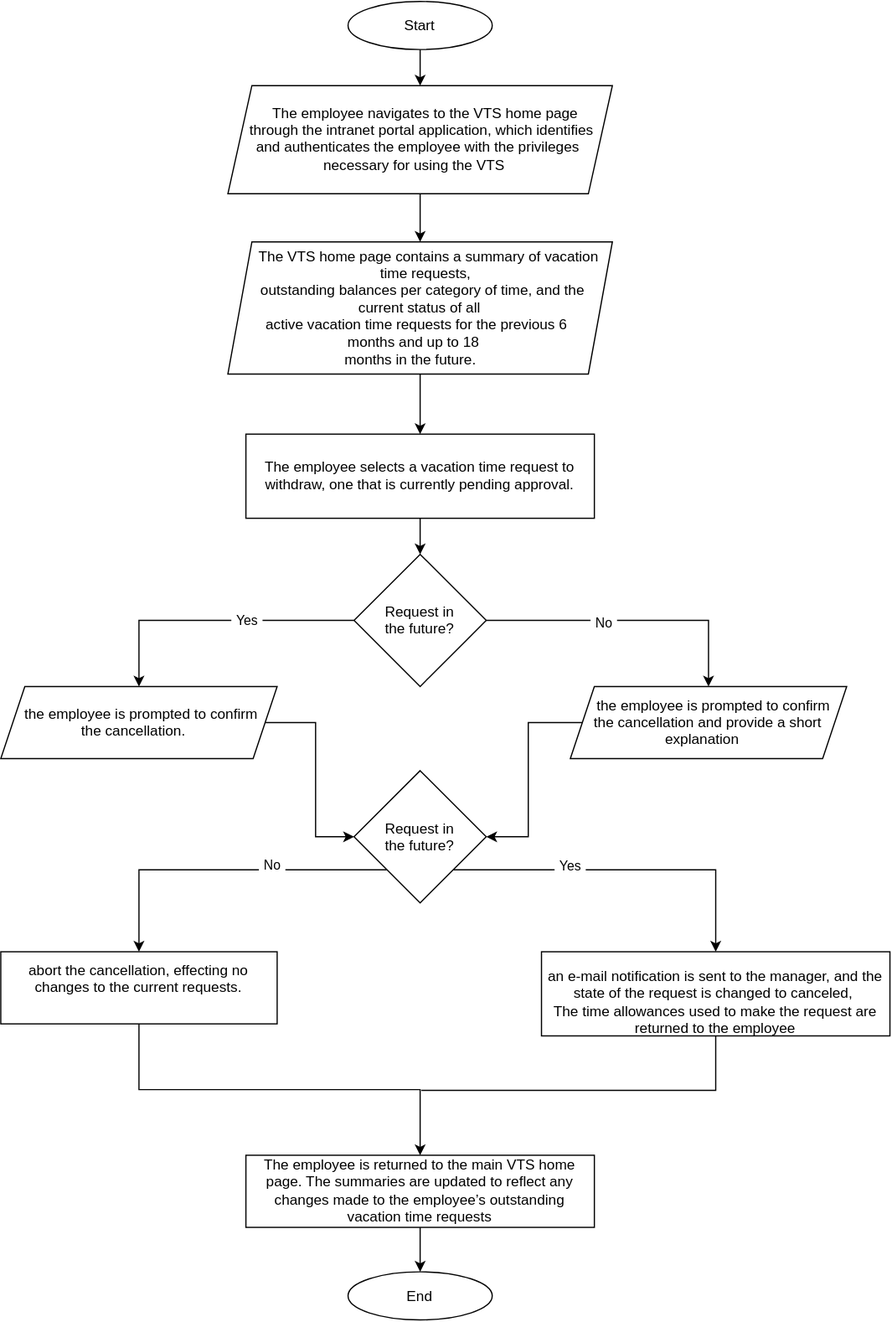
Above: VTS/flow charts/CancelApprovedRequest-AlternateFlow.drawio.svg in ahmedynah/vts (draw.io), before the change. Source tidied: cells renumbered, new cells last; positions are measured from the earlier drawing's top-left corner, leaving out a move shared by most shapes.
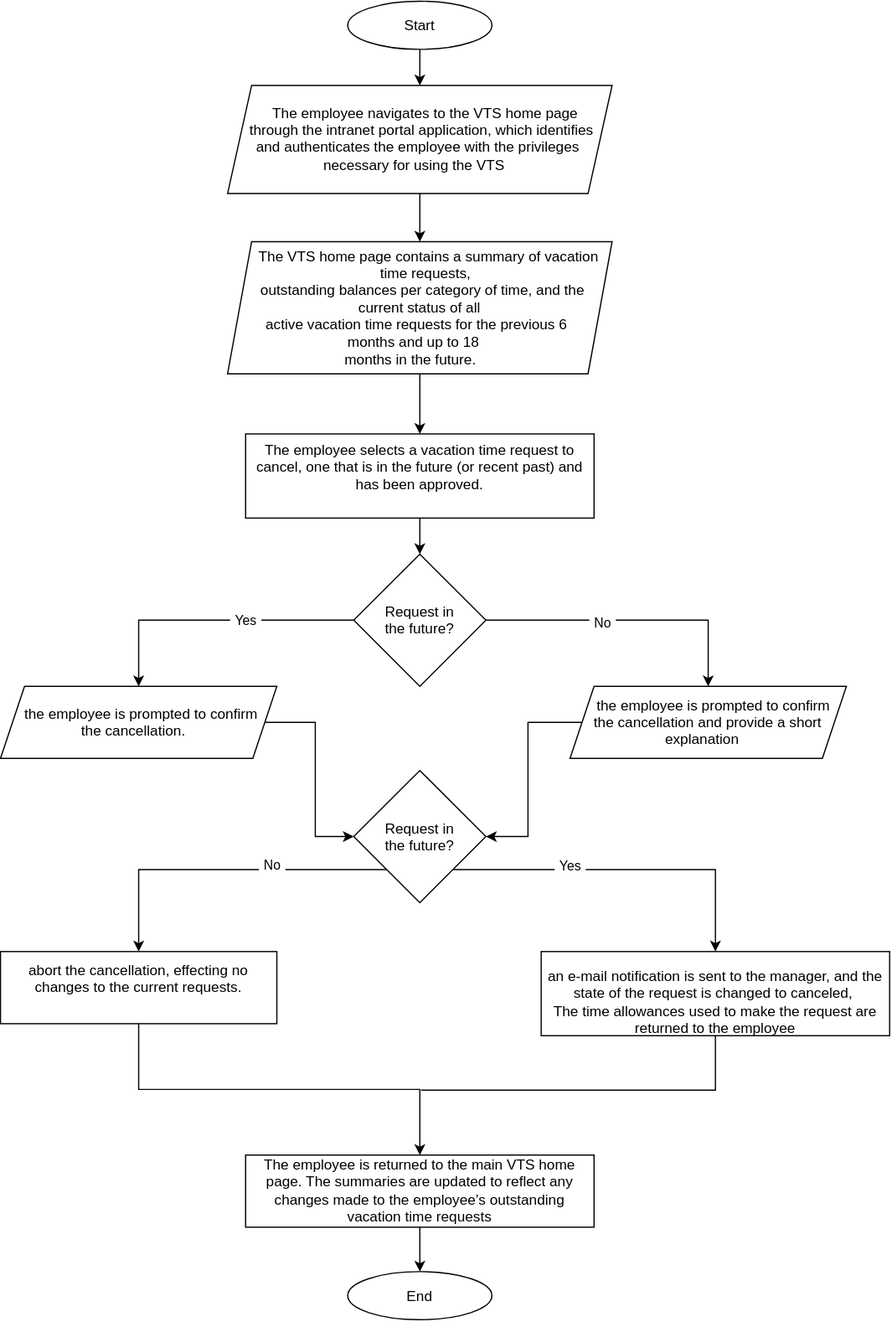
Above is the later version.

Commit message:
- added system UI snapshots for employee and manager

The edit, as a diff of the source:
```diff
@@ -20,7 +20,7 @@
     <mxCell id="7" value="&lt;div&gt;&lt;div&gt;The VTS home page contains a summary of vacation time requests,&lt;/div&gt;&lt;div&gt;outstanding balances per category of time, and the current status of all&lt;/div&gt;&lt;div&gt;active vacation time requests for the previous 6 months and up to 18&lt;/div&gt;&lt;div&gt;months in the future.&lt;/div&gt;&lt;/div&gt;" style="shape=parallelogram;perimeter=parallelogramPerimeter;whiteSpace=wrap;html=1;shapeInside=1;fixedSize=1;" parent="1" vertex="1">
       <mxGeometry x="189" y="200" width="320" height="110" as="geometry" />
     </mxCell>
-    <mxCell id="8" value="&lt;div&gt;The employee selects a vacation time request to withdraw, one that is&amp;nbsp;&lt;span style=&quot;background-color: transparent; color: light-dark(#000000, var(--ge-light-color, #ffffff));&quot;&gt;currently pending approval.&lt;/span&gt;&lt;/div&gt;" style="rounded=0;whiteSpace=wrap;html=1;" parent="1" vertex="1">
+    <mxCell id="8" value="&lt;span class=&quot;fontstyle0&quot;&gt;The employee selects a vacation time request to cancel, one that is in the future (or recent past) and has been approved.&lt;/span&gt; &lt;div&gt;&lt;br/&gt;&lt;/div&gt;" style="rounded=0;whiteSpace=wrap;html=1;" parent="1" vertex="1">
       <mxGeometry x="204" y="360" width="290" height="70" as="geometry" />
     </mxCell>
     <mxCell id="9" style="edgeStyle=orthogonalEdgeStyle;rounded=0;jettySize=auto;html=1;exitX=1;exitY=0.5;exitDx=0;exitDy=0;entryX=0.5;entryY=0;entryDx=0;entryDy=0;defaultLabelBackgroundColor=page;labelPadding=0 4;" parent="1" edge="1" source="11" target="13">
```
